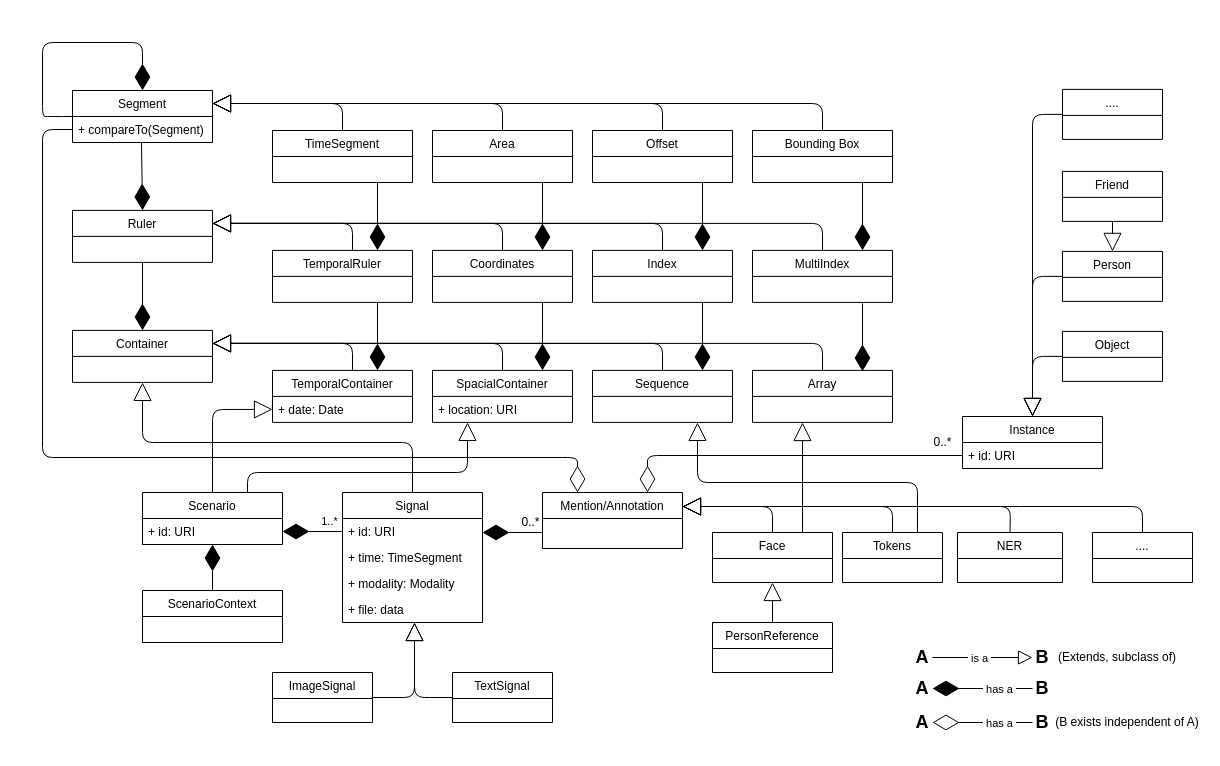
This is data/test-scenes/Datarepresentation.drawio from cltl/ma-communicative-robots, a draw.io file, before an edit. Source tidied: cells renumbered, new cells numbered last; positions are measured from the earlier drawing's top-left corner, leaving out a move shared by most shapes. Both pictures are drawn from the tidied source at 100%, with x=0, y=0 at pixel (42, 42).
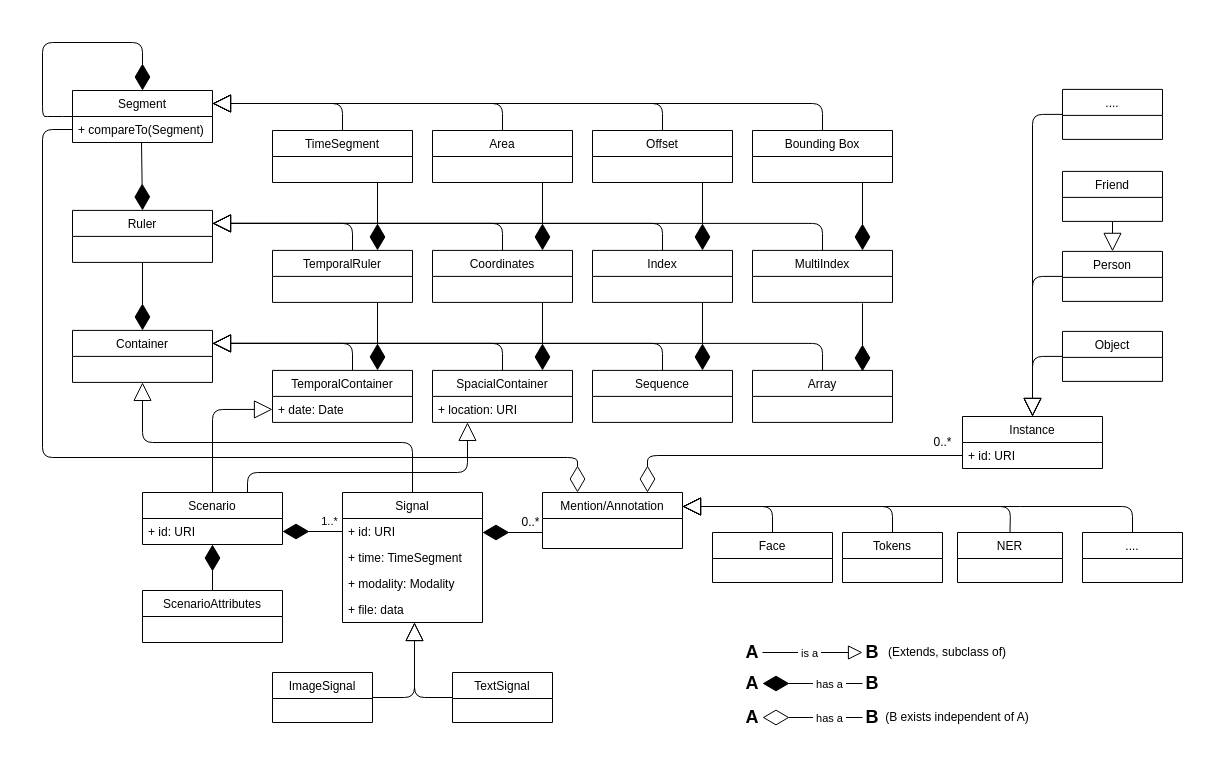
Above is the later version.

Commit message (it also covers changes not shown here):
Change Annotation types in diagram

The change refers to these unchanged cells:
```xml
<mxCell id="19" value="Sequence" style="swimlane;fontStyle=0;horizontal=1;startSize=26;fillColor=none;" parent="1" vertex="1">
  <mxGeometry x="550" y="327.9" width="140" height="52" as="geometry" />
</mxCell>
<mxCell id="46" value="Face" style="swimlane;fontStyle=0;horizontal=1;startSize=26;fillColor=none;" parent="1" vertex="1">
  <mxGeometry x="670" y="490" width="120" height="50" as="geometry" />
</mxCell>
<mxCell id="47" value="Tokens" style="swimlane;fontStyle=0;horizontal=1;startSize=26;fillColor=none;" parent="1" vertex="1">
  <mxGeometry x="800" y="490" width="100" height="50" as="geometry" />
</mxCell>
<mxCell id="48" value="Mention/Annotation" style="swimlane;fontStyle=0;horizontal=1;startSize=26;fillColor=none;" parent="1" vertex="1">
  <mxGeometry x="500" y="450" width="140" height="56" as="geometry" />
</mxCell>
```

The edit, as a diff of the source:
```diff
@@
-    <mxCell id="12" value="ScenarioContext" style="swimlane;fontStyle=0;horizontal=1;startSize=26;fillColor=none;" parent="1" vertex="1">
+    <mxCell id="12" value="ScenarioAttributes" style="swimlane;fontStyle=0;horizontal=1;startSize=26;fillColor=none;" parent="1" vertex="1">
       <mxGeometry x="100" y="548" width="140" height="52" as="geometry" />
     </mxCell>
@@
     <mxCell id="55" value="&lt;b&gt;&lt;font style=&quot;font-size: 18px&quot;&gt;A&lt;/font&gt;&lt;/b&gt;" style="text;html=1;strokeColor=none;fillColor=none;align=center;verticalAlign=middle;whiteSpace=wrap;rounded=0;" parent="1" vertex="1">
-      <mxGeometry x="870" y="670" width="20" height="20" as="geometry" />
+      <mxGeometry x="700" y="665" width="20" height="20" as="geometry" />
     </mxCell>
     <mxCell id="56" value="&lt;b&gt;&lt;font style=&quot;font-size: 18px&quot;&gt;B&lt;/font&gt;&lt;/b&gt;" style="text;html=1;strokeColor=none;fillColor=none;align=center;verticalAlign=middle;whiteSpace=wrap;rounded=0;" parent="1" vertex="1">
-      <mxGeometry x="990" y="670" width="20" height="20" as="geometry" />
+      <mxGeometry x="820" y="665" width="20" height="20" as="geometry" />
     </mxCell>
@@
     <mxCell id="59" value="&lt;b&gt;&lt;font style=&quot;font-size: 18px&quot;&gt;A&lt;/font&gt;&lt;/b&gt;" style="text;html=1;strokeColor=none;fillColor=none;align=center;verticalAlign=middle;whiteSpace=wrap;rounded=0;" parent="1" vertex="1">
-      <mxGeometry x="870" y="636" width="20" height="20" as="geometry" />
+      <mxGeometry x="700" y="631" width="20" height="20" as="geometry" />
     </mxCell>
     <mxCell id="60" value="&lt;b&gt;&lt;font style=&quot;font-size: 18px&quot;&gt;B&lt;/font&gt;&lt;/b&gt;" style="text;html=1;strokeColor=none;fillColor=none;align=center;verticalAlign=middle;whiteSpace=wrap;rounded=0;" parent="1" vertex="1">
-      <mxGeometry x="990" y="636" width="20" height="20" as="geometry" />
+      <mxGeometry x="820" y="631" width="20" height="20" as="geometry" />
     </mxCell>
     <mxCell id="61" style="endArrow=block;endFill=0;endSize=12;html=1;" parent="1" edge="1">
       <mxGeometry relative="1" as="geometry">
-        <mxPoint x="890" y="615" as="sourcePoint" />
-        <mxPoint x="990" y="615" as="targetPoint" />
+        <mxPoint x="720" y="610" as="sourcePoint" />
+        <mxPoint x="820" y="610" as="targetPoint" />
       </mxGeometry>
     </mxCell>
@@
     <mxCell id="63" value="&lt;b&gt;&lt;font style=&quot;font-size: 18px&quot;&gt;A&lt;/font&gt;&lt;/b&gt;" style="text;html=1;strokeColor=none;fillColor=none;align=center;verticalAlign=middle;whiteSpace=wrap;rounded=0;" parent="1" vertex="1">
-      <mxGeometry x="870" y="605" width="20" height="20" as="geometry" />
+      <mxGeometry x="700" y="600" width="20" height="20" as="geometry" />
     </mxCell>
     <mxCell id="64" value="&lt;b&gt;&lt;font style=&quot;font-size: 18px&quot;&gt;B&lt;/font&gt;&lt;/b&gt;" style="text;html=1;strokeColor=none;fillColor=none;align=center;verticalAlign=middle;whiteSpace=wrap;rounded=0;" parent="1" vertex="1">
-      <mxGeometry x="990" y="605" width="20" height="20" as="geometry" />
+      <mxGeometry x="820" y="600" width="20" height="20" as="geometry" />
     </mxCell>
     <mxCell id="65" value="(B exists independent of A)" style="text;html=1;strokeColor=none;fillColor=none;align=center;verticalAlign=middle;whiteSpace=wrap;rounded=0;" parent="1" vertex="1">
-      <mxGeometry x="1010" y="670" width="150" height="20" as="geometry" />
+      <mxGeometry x="840" y="665" width="150" height="20" as="geometry" />
     </mxCell>
     <mxCell id="66" value="(Extends, subclass of)" style="text;html=1;strokeColor=none;fillColor=none;align=center;verticalAlign=middle;whiteSpace=wrap;rounded=0;" parent="1" vertex="1">
-      <mxGeometry x="1010" y="605" width="130" height="20" as="geometry" />
+      <mxGeometry x="840" y="600" width="130" height="20" as="geometry" />
     </mxCell>
@@
-    <mxCell id="77" value="...." style="swimlane;fontStyle=0;horizontal=1;startSize=26;fillColor=none;" parent="1" vertex="1">
-      <mxGeometry x="1050" y="490" width="100" height="50" as="geometry" />
-    </mxCell>
@@
-    <mxCell id="79" style="endArrow=block;endSize=16;endFill=0;html=1;exitX=0.75;exitY=0;exitDx=0;exitDy=0;entryX=0.75;entryY=1;entryDx=0;entryDy=0;" parent="1" edge="1" source="47" target="19">
-      <mxGeometry relative="1" as="geometry">
-        <Array as="points">
-          <mxPoint x="875" y="440" />
-          <mxPoint x="655" y="440" />
-        </Array>
-      </mxGeometry>
-    </mxCell>
-    <mxCell id="80" value="PersonReference" style="swimlane;fontStyle=0;horizontal=1;startSize=26;fillColor=none;" parent="1" vertex="1">
-      <mxGeometry x="670" y="580" width="120" height="50" as="geometry" />
-    </mxCell>
-    <mxCell id="81" style="endArrow=block;endSize=16;endFill=0;html=1;entryX=0.5;entryY=1;entryDx=0;entryDy=0;exitX=0.5;exitY=0;exitDx=0;exitDy=0;" parent="1" edge="1" source="80" target="46">
-      <mxGeometry relative="1" as="geometry" />
-    </mxCell>
@@
     <mxCell id="98" style="endArrow=block;endSize=16;endFill=0;html=1;exitX=0.5;exitY=0;exitDx=0;exitDy=0;entryX=1;entryY=0.25;entryDx=0;entryDy=0;" parent="1" edge="1" source="77" target="48">
       <mxGeometry relative="1" as="geometry">
         <Array as="points">
-          <mxPoint x="1100" y="464" />
+          <mxPoint x="1090" y="464" />
           <mxPoint x="968" y="464" />
           <mxPoint x="850" y="464" />
           <mxPoint x="730" y="464" />
         </Array>
       </mxGeometry>
     </mxCell>
@@
-    <mxCell id="102" style="endArrow=block;endSize=16;endFill=0;html=1;exitX=0.75;exitY=0;exitDx=0;exitDy=0;" parent="1" edge="1" source="46">
-      <mxGeometry relative="1" as="geometry">
-        <mxPoint x="760" y="380" as="targetPoint" />
-      </mxGeometry>
-    </mxCell>
+    <mxCell id="77" value="...." style="swimlane;fontStyle=0;horizontal=1;startSize=26;fillColor=none;" parent="1" vertex="1">
+      <mxGeometry x="1040" y="490" width="100" height="50" as="geometry" />
+    </mxCell>
```
